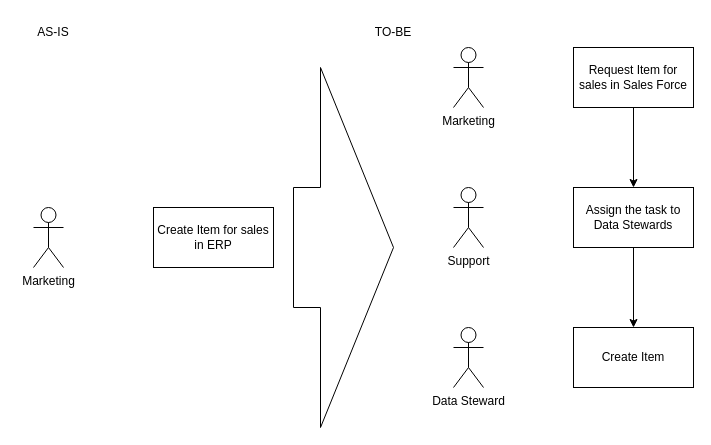
biswarup81/drawings keeps this draw.io diagram as page "Page-1" (1 of 2) of ERIKS.drawio. Above is the earlier version. Source tidied: cells renumbered, new cells numbered last; positions are measured from the earlier drawing's top-left corner, leaving out a move shared by most shapes. Both pictures are drawn from the tidied source at 100%, with x=0, y=0 at pixel (23, 17).
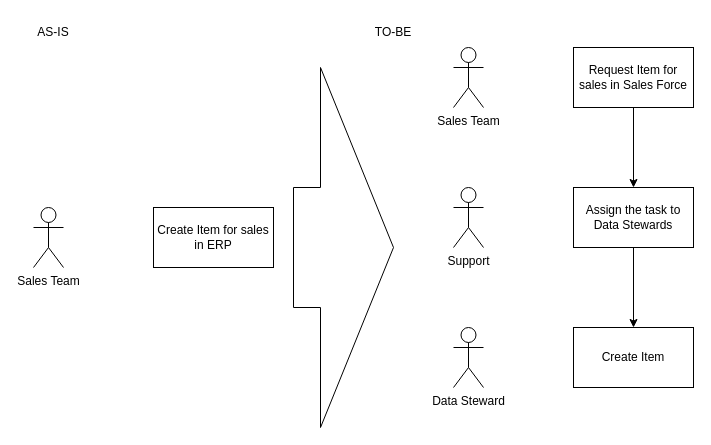
The same page after the edit.

The edit, as a diff of the source:
```diff
@@
 <mxGraphModel>
   <root>
     <mxCell id="0" />
     <mxCell id="1" parent="0" />
     <mxCell id="2" value="Create Item for sales in ERP" style="rounded=0;whiteSpace=wrap;html=1;" parent="1" vertex="1">
       <mxGeometry x="130" y="190" width="120" height="60" as="geometry" />
     </mxCell>
-    <mxCell id="3" value="Marketing" style="shape=umlActor;verticalLabelPosition=bottom;verticalAlign=top;html=1;" parent="1" vertex="1">
+    <mxCell id="3" value="Sales Team" style="shape=umlActor;verticalLabelPosition=bottom;verticalAlign=top;html=1;" parent="1" vertex="1">
       <mxGeometry x="10" y="190" width="30" height="60" as="geometry" />
     </mxCell>
     <mxCell id="4" style="edgeStyle=orthogonalEdgeStyle;rounded=0;jettySize=auto;html=1;" parent="1" edge="1" source="5" target="8">
       <mxGeometry relative="1" as="geometry" />
     </mxCell>
     <mxCell id="5" value="Request Item for sales in Sales Force" style="rounded=0;whiteSpace=wrap;html=1;" parent="1" vertex="1">
       <mxGeometry x="550" y="30" width="120" height="60" as="geometry" />
     </mxCell>
-    <mxCell id="6" value="Marketing" style="shape=umlActor;verticalLabelPosition=bottom;verticalAlign=top;html=1;" parent="1" vertex="1">
+    <mxCell id="6" value="Sales Team" style="shape=umlActor;verticalLabelPosition=bottom;verticalAlign=top;html=1;" parent="1" vertex="1">
       <mxGeometry x="430" y="30" width="30" height="60" as="geometry" />
     </mxCell>
     <mxCell id="7" style="edgeStyle=orthogonalEdgeStyle;rounded=0;jettySize=auto;html=1;" parent="1" edge="1" source="8" target="10">
       <mxGeometry relative="1" as="geometry" />
     </mxCell>
     <mxCell id="8" value="Assign the task to Data Stewards" style="rounded=0;whiteSpace=wrap;html=1;" parent="1" vertex="1">
       <mxGeometry x="550" y="170" width="120" height="60" as="geometry" />
     </mxCell>
     <mxCell id="9" value="Support" style="shape=umlActor;verticalLabelPosition=bottom;verticalAlign=top;html=1;" parent="1" vertex="1">
       <mxGeometry x="430" y="170" width="30" height="60" as="geometry" />
     </mxCell>
     <mxCell id="10" value="Create Item" style="rounded=0;whiteSpace=wrap;html=1;" parent="1" vertex="1">
       <mxGeometry x="550" y="310" width="120" height="60" as="geometry" />
     </mxCell>
     <mxCell id="11" value="Data Steward" style="shape=umlActor;verticalLabelPosition=bottom;verticalAlign=top;html=1;" parent="1" vertex="1">
       <mxGeometry x="430" y="310" width="30" height="60" as="geometry" />
     </mxCell>
     <mxCell id="12" style="shape=singleArrow;whiteSpace=wrap;html=1;arrowWidth=0.3333333333333333;arrowSize=0.73;" parent="1" vertex="1">
       <mxGeometry x="270" y="50" width="100" height="360" as="geometry" />
     </mxCell>
     <mxCell id="13" value="TO-BE" style="text;html=1;strokeColor=none;fillColor=none;align=center;verticalAlign=middle;whiteSpace=wrap;rounded=0;" parent="1" vertex="1">
       <mxGeometry x="340" width="60" height="30" as="geometry" />
     </mxCell>
     <mxCell id="14" value="AS-IS" style="text;html=1;strokeColor=none;fillColor=none;align=center;verticalAlign=middle;whiteSpace=wrap;rounded=0;" parent="1" vertex="1">
       <mxGeometry width="60" height="30" as="geometry" />
     </mxCell>
   </root>
 </mxGraphModel>
```
